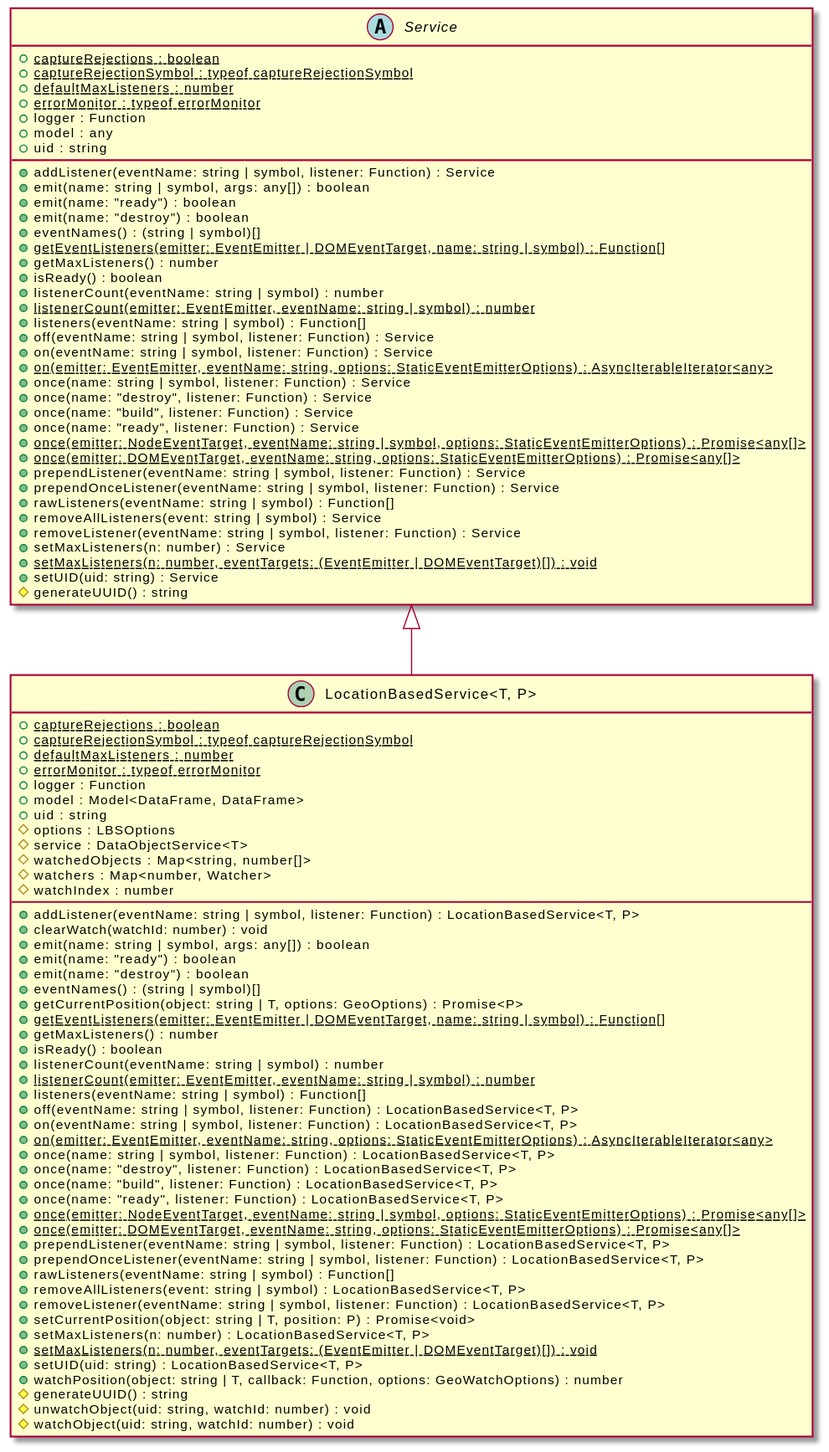
The PlantUML diagram assets/LocationBasedService-umlClassDiagram-8952.svg in OpenHPS/openhps-core, before a commit.
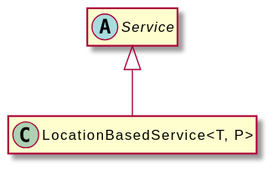
Above is the later version.

Diff of the diagram source:
```diff
@@ -3,91 +3,8 @@
 hide empty methods
 hide empty fields
 class "LocationBasedService<T, P>" {
-    {static} +captureRejections : boolean
-    {static} +captureRejectionSymbol : typeof captureRejectionSymbol
-    {static} +defaultMaxListeners : number
-    {static} +errorMonitor : typeof errorMonitor
-    +logger : Function
-    +model : Model<DataFrame, DataFrame>
-    +uid : string
-    #options : LBSOptions
-    #service : DataObjectService<T>
-    #watchedObjects : Map<string, number[]>
-    #watchers : Map<number, Watcher>
-    #watchIndex : number
-    +addListener(eventName: string | symbol, listener: Function) : LocationBasedService<T, P>
-    +clearWatch(watchId: number) : void
-    +emit(name: string | symbol, args: any[]) : boolean
-    +emit(name: "ready") : boolean
-    +emit(name: "destroy") : boolean
-    +eventNames() : (string | symbol)[]
-    +getCurrentPosition(object: string | T, options: GeoOptions) : Promise<P>
-    {static} +getEventListeners(emitter: EventEmitter | DOMEventTarget, name: string | symbol) : Function[]
-    +getMaxListeners() : number
-    +isReady() : boolean
-    +listenerCount(eventName: string | symbol) : number
-    {static} +listenerCount(emitter: EventEmitter, eventName: string | symbol) : number
-    +listeners(eventName: string | symbol) : Function[]
-    +off(eventName: string | symbol, listener: Function) : LocationBasedService<T, P>
-    +on(eventName: string | symbol, listener: Function) : LocationBasedService<T, P>
-    {static} +on(emitter: EventEmitter, eventName: string, options: StaticEventEmitterOptions) : AsyncIterableIterator<any>
-    +once(name: string | symbol, listener: Function) : LocationBasedService<T, P>
-    +once(name: "destroy", listener: Function) : LocationBasedService<T, P>
-    +once(name: "build", listener: Function) : LocationBasedService<T, P>
-    +once(name: "ready", listener: Function) : LocationBasedService<T, P>
-    {static} +once(emitter: NodeEventTarget, eventName: string | symbol, options: StaticEventEmitterOptions) : Promise<any[]>
-    {static} +once(emitter: DOMEventTarget, eventName: string, options: StaticEventEmitterOptions) : Promise<any[]>
-    +prependListener(eventName: string | symbol, listener: Function) : LocationBasedService<T, P>
-    +prependOnceListener(eventName: string | symbol, listener: Function) : LocationBasedService<T, P>
-    +rawListeners(eventName: string | symbol) : Function[]
-    +removeAllListeners(event: string | symbol) : LocationBasedService<T, P>
-    +removeListener(eventName: string | symbol, listener: Function) : LocationBasedService<T, P>
-    +setCurrentPosition(object: string | T, position: P) : Promise<void>
-    +setMaxListeners(n: number) : LocationBasedService<T, P>
-    {static} +setMaxListeners(n: number, eventTargets: (EventEmitter | DOMEventTarget)[]) : void
-    +setUID(uid: string) : LocationBasedService<T, P>
-    +watchPosition(object: string | T, callback: Function, options: GeoWatchOptions) : number
-    #generateUUID() : string
-    #unwatchObject(uid: string, watchId: number) : void
-    #watchObject(uid: string, watchId: number) : void
 }
 abstract class "Service" {
-    {static} +captureRejections : boolean
-    {static} +captureRejectionSymbol : typeof captureRejectionSymbol
-    {static} +defaultMaxListeners : number
-    {static} +errorMonitor : typeof errorMonitor
-    +logger : Function
-    +model : any
-    +uid : string
-    +addListener(eventName: string | symbol, listener: Function) : Service
-    +emit(name: string | symbol, args: any[]) : boolean
-    +emit(name: "ready") : boolean
-    +emit(name: "destroy") : boolean
-    +eventNames() : (string | symbol)[]
-    {static} +getEventListeners(emitter: EventEmitter | DOMEventTarget, name: string | symbol) : Function[]
-    +getMaxListeners() : number
-    +isReady() : boolean
-    +listenerCount(eventName: string | symbol) : number
-    {static} +listenerCount(emitter: EventEmitter, eventName: string | symbol) : number
-    +listeners(eventName: string | symbol) : Function[]
-    +off(eventName: string | symbol, listener: Function) : Service
-    +on(eventName: string | symbol, listener: Function) : Service
-    {static} +on(emitter: EventEmitter, eventName: string, options: StaticEventEmitterOptions) : AsyncIterableIterator<any>
-    +once(name: string | symbol, listener: Function) : Service
-    +once(name: "destroy", listener: Function) : Service
-    +once(name: "build", listener: Function) : Service
-    +once(name: "ready", listener: Function) : Service
-    {static} +once(emitter: NodeEventTarget, eventName: string | symbol, options: StaticEventEmitterOptions) : Promise<any[]>
-    {static} +once(emitter: DOMEventTarget, eventName: string, options: StaticEventEmitterOptions) : Promise<any[]>
-    +prependListener(eventName: string | symbol, listener: Function) : Service
-    +prependOnceListener(eventName: string | symbol, listener: Function) : Service
-    +rawListeners(eventName: string | symbol) : Function[]
-    +removeAllListeners(event: string | symbol) : Service
-    +removeListener(eventName: string | symbol, listener: Function) : Service
-    +setMaxListeners(n: number) : Service
-    {static} +setMaxListeners(n: number, eventTargets: (EventEmitter | DOMEventTarget)[]) : void
-    +setUID(uid: string) : Service
-    #generateUUID() : string
 }
 "Service" <|-- "LocationBasedService<T, P>"
 @enduml
```
